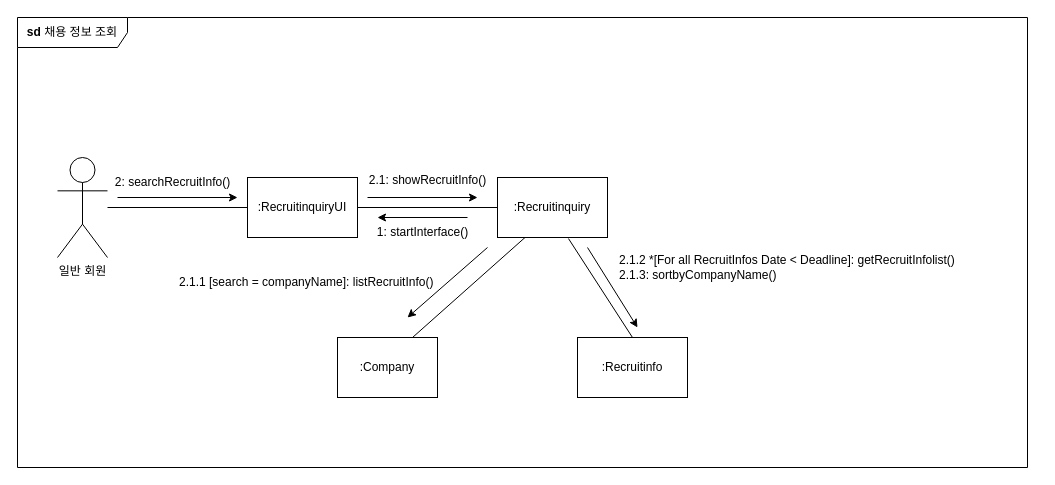
KimTaemin-Git/SE2 keeps this draw.io diagram as Taemin/채용정보조회_Communication_Diagram_B811045김태민_과제2.drawio. Above is the earlier version. Source tidied: cells renumbered, new cells numbered last; positions are measured from the earlier drawing's top-left corner, leaving out a move shared by most shapes. Both pictures are drawn from the tidied source at 100%, with x=0, y=0 at pixel (17, 17).
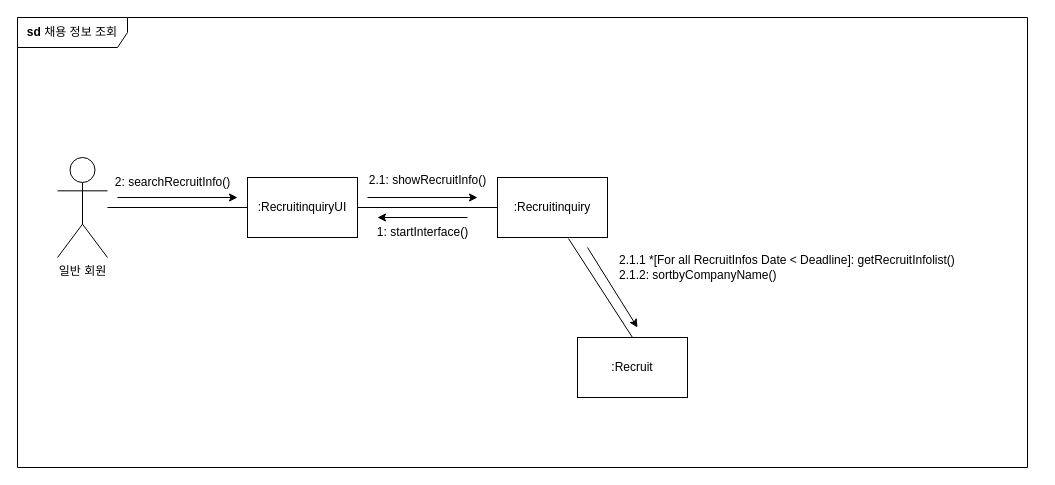
The same page after the edit.

Commit message:
채용정보조회_Communication_Diagram_B811045김태민_과제2.drawio 업데이트

The change refers to these unchanged cells:
```xml
<mxCell id="2" style="group;" parent="1" vertex="1">
  <mxGeometry x="40" y="130" width="980" height="250" as="geometry" />
</mxCell>
<mxCell id="4" value=":Recruitinquiry" style="rounded=0;whiteSpace=wrap;html=1;" parent="2" vertex="1">
  <mxGeometry x="440" y="30" width="110" height="60" as="geometry" />
</mxCell>
```

Diff of the diagram source:
```diff
@@
-    <mxCell id="6" value=":Company" style="rounded=0;whiteSpace=wrap;html=1;" parent="2" vertex="1">
-      <mxGeometry x="280" y="190" width="100" height="60" as="geometry" />
-    </mxCell>
-    <mxCell id="7" value=":Recruitinfo" style="rounded=0;whiteSpace=wrap;html=1;" parent="2" vertex="1">
+    <mxCell id="7" value=":Recruit" style="rounded=0;whiteSpace=wrap;html=1;" parent="2" vertex="1">
       <mxGeometry x="520" y="190" width="110" height="60" as="geometry" />
     </mxCell>
-    <mxCell id="8" style="endArrow=none;html=1;rounded=0;entryX=0.25;entryY=1;entryDx=0;entryDy=0;exitX=0.75;exitY=0;exitDx=0;exitDy=0;" parent="2" edge="1" source="6" target="4">
-      <mxGeometry relative="1" as="geometry" />
-    </mxCell>
@@
-    <mxCell id="10" style="endArrow=classic;html=1;rounded=0;" parent="2" edge="1">
-      <mxGeometry relative="1" as="geometry">
-        <mxPoint x="430" y="100" as="sourcePoint" />
-        <mxPoint x="350" y="170" as="targetPoint" />
-      </mxGeometry>
-    </mxCell>
-    <mxCell id="11" value="2.1.1 [search = companyName]: listRecruitInfo()" style="text;html=1;align=left;verticalAlign=middle;strokeColor=none;fillColor=none;" parent="2" vertex="1">
-      <mxGeometry x="120" y="120" width="280" height="30" as="geometry" />
-    </mxCell>
@@
-    <mxCell id="18" value="2.1.2 *[For all RecruitInfos Date &amp;lt; Deadline]: getRecruitInfolist()&lt;br&gt;2.1.3: sortbyCompanyName()" style="text;html=1;align=left;verticalAlign=middle;strokeColor=none;fillColor=none;" parent="2" vertex="1">
+    <mxCell id="18" value="2.1.1 *[For all RecruitInfos Date &amp;lt; Deadline]: getRecruitInfolist()&lt;br&gt;2.1.2: sortbyCompanyName()" style="text;html=1;align=left;verticalAlign=middle;strokeColor=none;fillColor=none;" parent="2" vertex="1">
       <mxGeometry x="560" y="100" width="360" height="40" as="geometry" />
     </mxCell>
```
